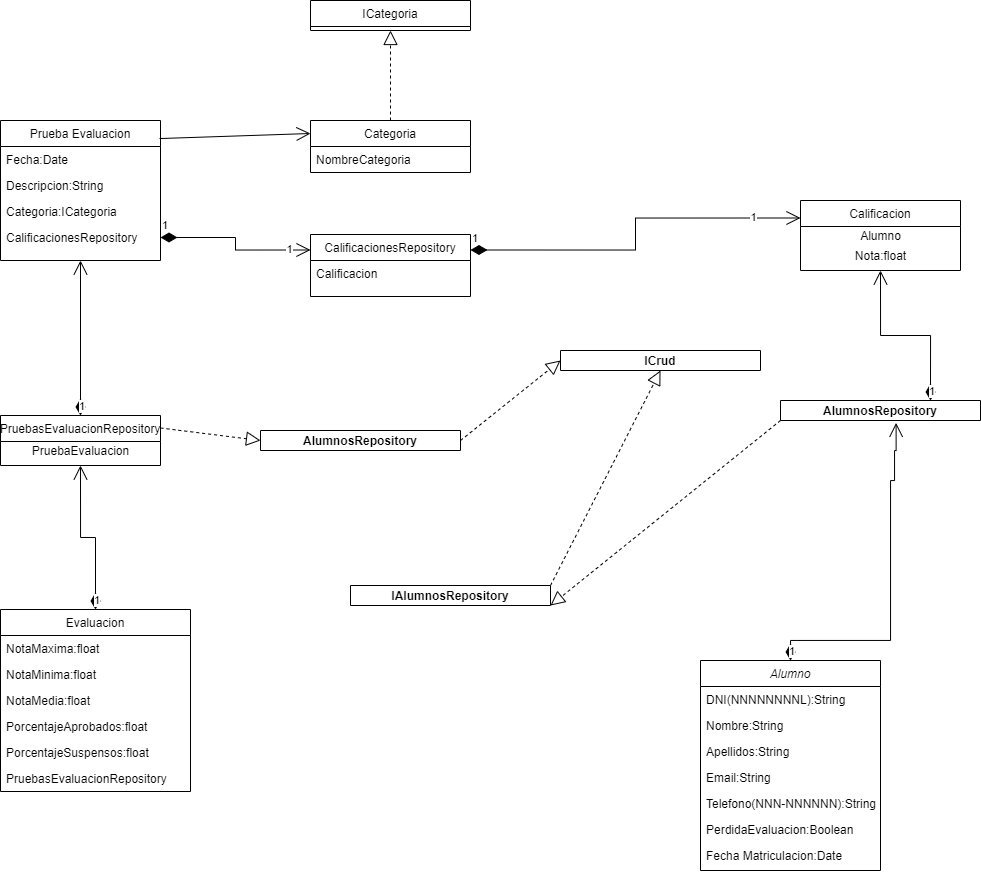
Earlier version of the draw.io export DiagramaClasesProyecto.png (Rochiio/ProyectoSistemaGestionCalificaciones). Source tidied: cells renumbered, new cells last; positions are measured from the earlier drawing's top-left corner, leaving out a move shared by most shapes.
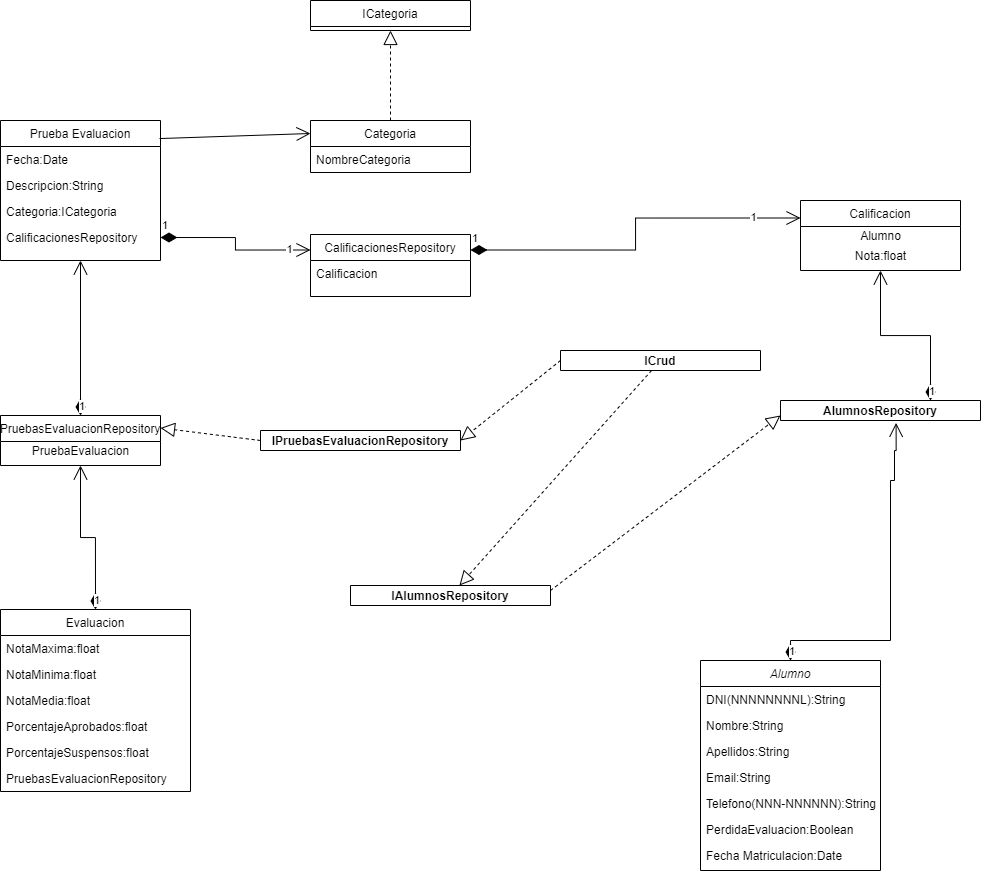
Later version of the same file.

Commit message:
cambios diagrama de clases

What changed in the source:
```diff
@@ -139,19 +139,19 @@
     <mxCell id="44" value="IAlumnosRepository" style="swimlane;" parent="1" vertex="1">
       <mxGeometry x="350" y="585" width="200" height="20" as="geometry" />
     </mxCell>
-    <mxCell id="45" value="AlumnosRepository" style="swimlane;" parent="1" vertex="1">
+    <mxCell id="45" value="IPruebasEvaluacionRepository" style="swimlane;" parent="1" vertex="1">
       <mxGeometry x="260" y="430" width="200" height="20" as="geometry" />
     </mxCell>
-    <mxCell id="46" style="endArrow=block;dashed=1;endFill=0;endSize=12;html=1;rounded=0;entryX=0.5;entryY=1;entryDx=0;entryDy=0;exitX=1;exitY=0;exitDx=0;exitDy=0;" parent="1" edge="1" source="44" target="43">
+    <mxCell id="46" style="endArrow=block;dashed=1;endFill=0;endSize=12;html=1;rounded=0;" parent="1" edge="1" source="43" target="44">
       <mxGeometry relative="1" as="geometry" />
     </mxCell>
-    <mxCell id="47" style="endArrow=block;dashed=1;endFill=0;endSize=12;html=1;rounded=0;entryX=0;entryY=0.5;entryDx=0;entryDy=0;exitX=1;exitY=0.5;exitDx=0;exitDy=0;" parent="1" edge="1" source="45" target="43">
+    <mxCell id="47" style="endArrow=block;dashed=1;endFill=0;endSize=12;html=1;rounded=0;exitX=0;exitY=0.5;exitDx=0;exitDy=0;entryX=1;entryY=0.5;entryDx=0;entryDy=0;" parent="1" edge="1" source="43" target="45">
       <mxGeometry relative="1" as="geometry" />
     </mxCell>
-    <mxCell id="48" style="endArrow=block;dashed=1;endFill=0;endSize=12;html=1;rounded=0;entryX=1;entryY=1;entryDx=0;entryDy=0;exitX=0;exitY=1;exitDx=0;exitDy=0;" parent="1" edge="1" source="42" target="44">
+    <mxCell id="48" style="endArrow=block;dashed=1;endFill=0;endSize=12;html=1;rounded=0;entryX=0;entryY=0.75;entryDx=0;entryDy=0;exitX=1;exitY=0.25;exitDx=0;exitDy=0;" parent="1" edge="1" source="44" target="42">
       <mxGeometry relative="1" as="geometry" />
     </mxCell>
-    <mxCell id="49" style="endArrow=block;dashed=1;endFill=0;endSize=12;html=1;rounded=0;entryX=0;entryY=0.5;entryDx=0;entryDy=0;exitX=1;exitY=0.25;exitDx=0;exitDy=0;" parent="1" edge="1" source="28" target="45">
+    <mxCell id="49" style="endArrow=block;dashed=1;endFill=0;endSize=12;html=1;rounded=0;exitX=0;exitY=0.5;exitDx=0;exitDy=0;entryX=1;entryY=0.25;entryDx=0;entryDy=0;" parent="1" edge="1" source="45" target="28">
       <mxGeometry relative="1" as="geometry" />
     </mxCell>
   </root>
```
